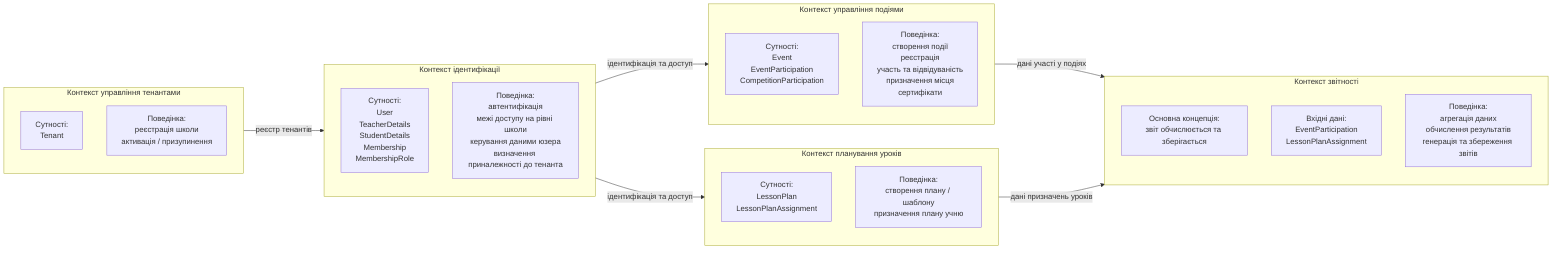
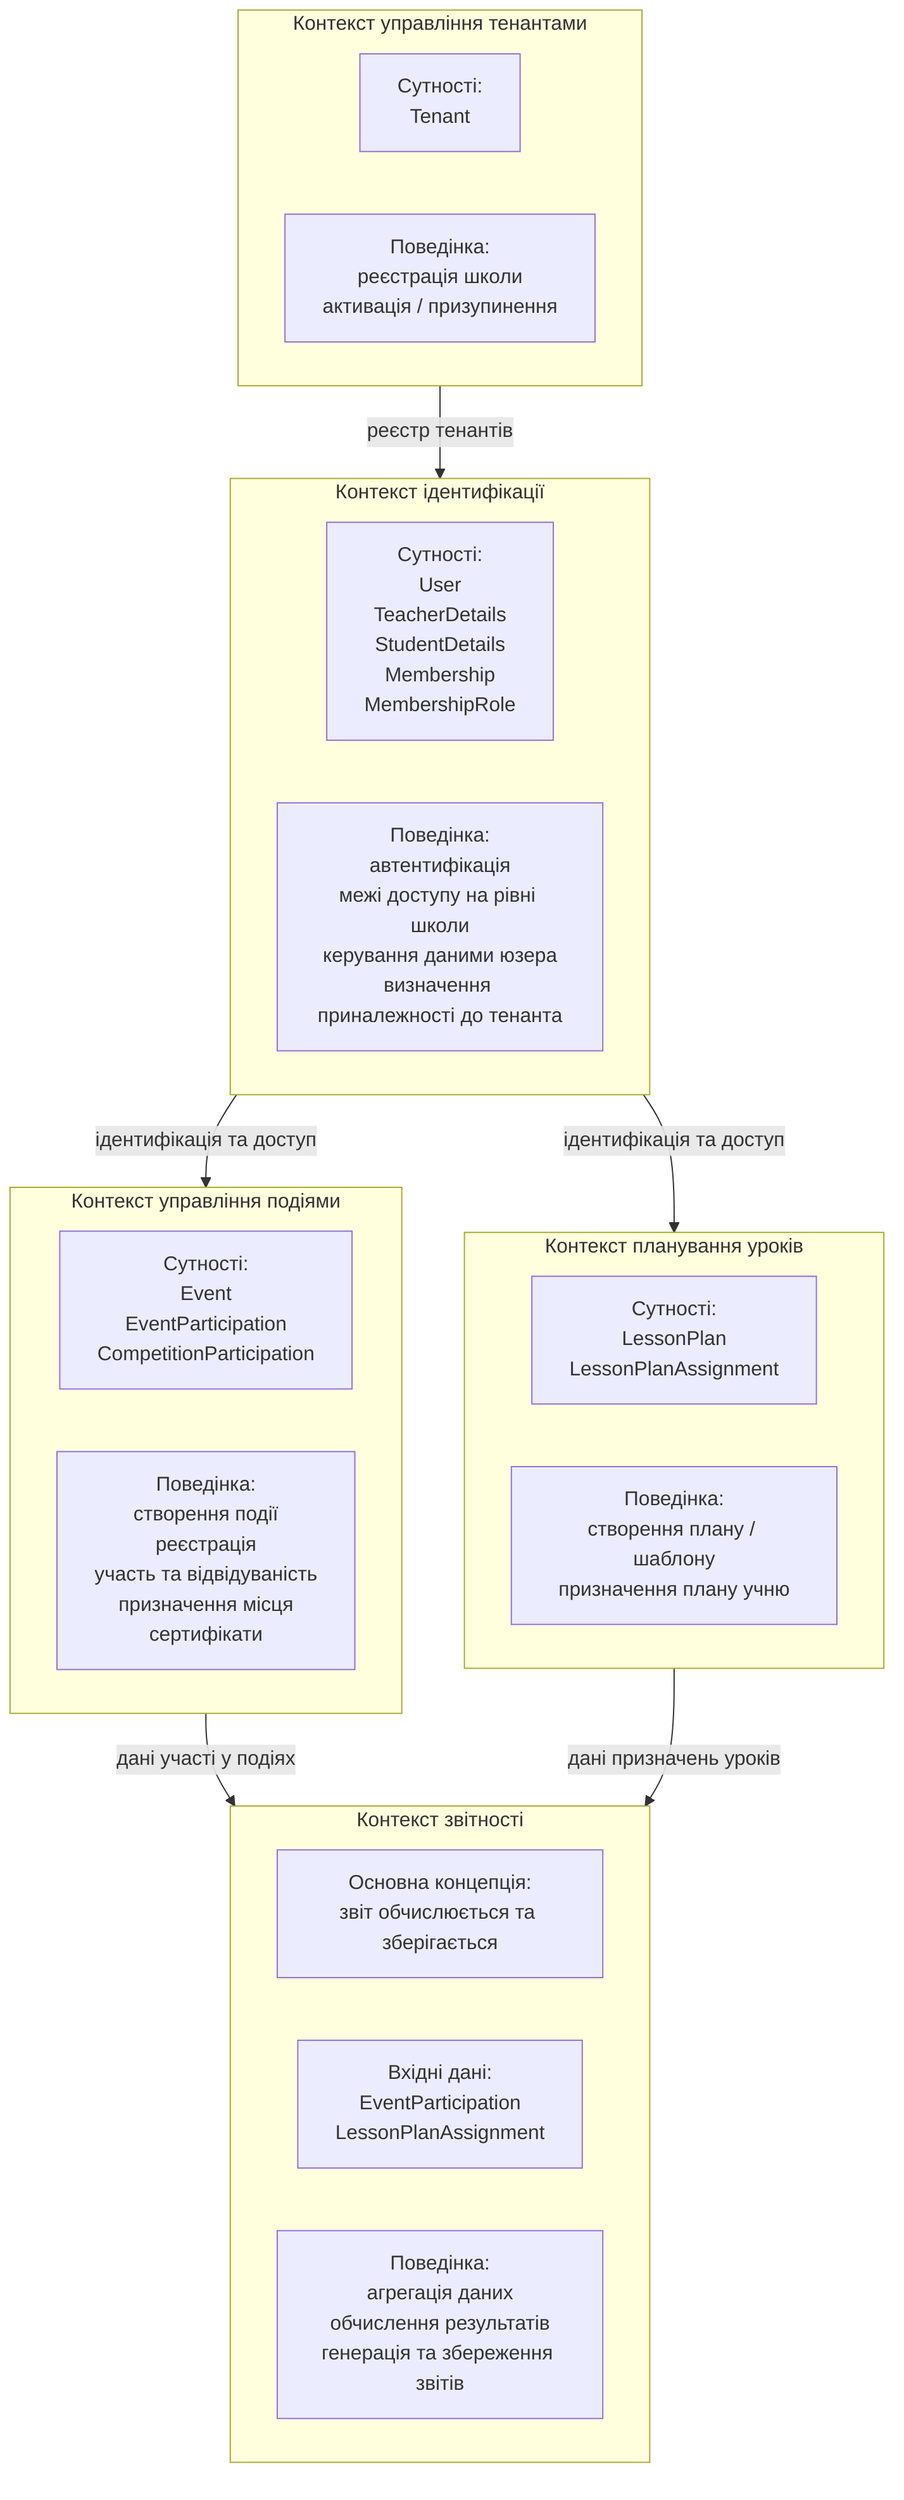
- flowchart LR
+ flowchart TB
	%% Bounded Context Map

	subgraph TM[Контекст управління тенантами]
		TM_E[Сутності:<br/>Tenant]
		TM_B[Поведінка:<br/>реєстрація школи<br/>активація / призупинення]
	end

	subgraph ID[Контекст ідентифікації]
		ID_E[Сутності:<br/>User<br/>TeacherDetails<br/>StudentDetails<br/>Membership<br/>MembershipRole]
		ID_B[Поведінка:<br/>автентифікація<br/>межі доступу на рівні школи<br/>керування даними юзера<br/>визначення приналежності до тенанта]
	end

	subgraph EV[Контекст управління подіями]
		EV_E[Сутності:<br/>Event<br/>EventParticipation<br/>CompetitionParticipation]
		EV_B[Поведінка:<br/>створення події<br/>реєстрація<br/>участь та відвідуваність<br/>призначення місця<br/>сертифікати]
	end

	subgraph LP[Контекст планування уроків]
		LP_E[Сутності:<br/>LessonPlan<br/>LessonPlanAssignment]
		LP_B[Поведінка:<br/>створення плану / шаблону<br/>призначення плану учню]
	end

	subgraph RP[Контекст звітності]
		RP_E[Основна концепція:<br/>звіт обчислюється та зберігається]
		RP_I[Вхідні дані:<br/>EventParticipation<br/>LessonPlanAssignment]
		RP_B[Поведінка:<br/>агрегація даних<br/>обчислення результатів<br/>генерація та збереження звітів]
	end

	TM -->|реєстр тенантів| ID
	ID -->|ідентифікація та доступ| EV
	ID -->|ідентифікація та доступ| LP
	EV -->|дані участі у подіях| RP
	LP -->|дані призначень уроків| RP
